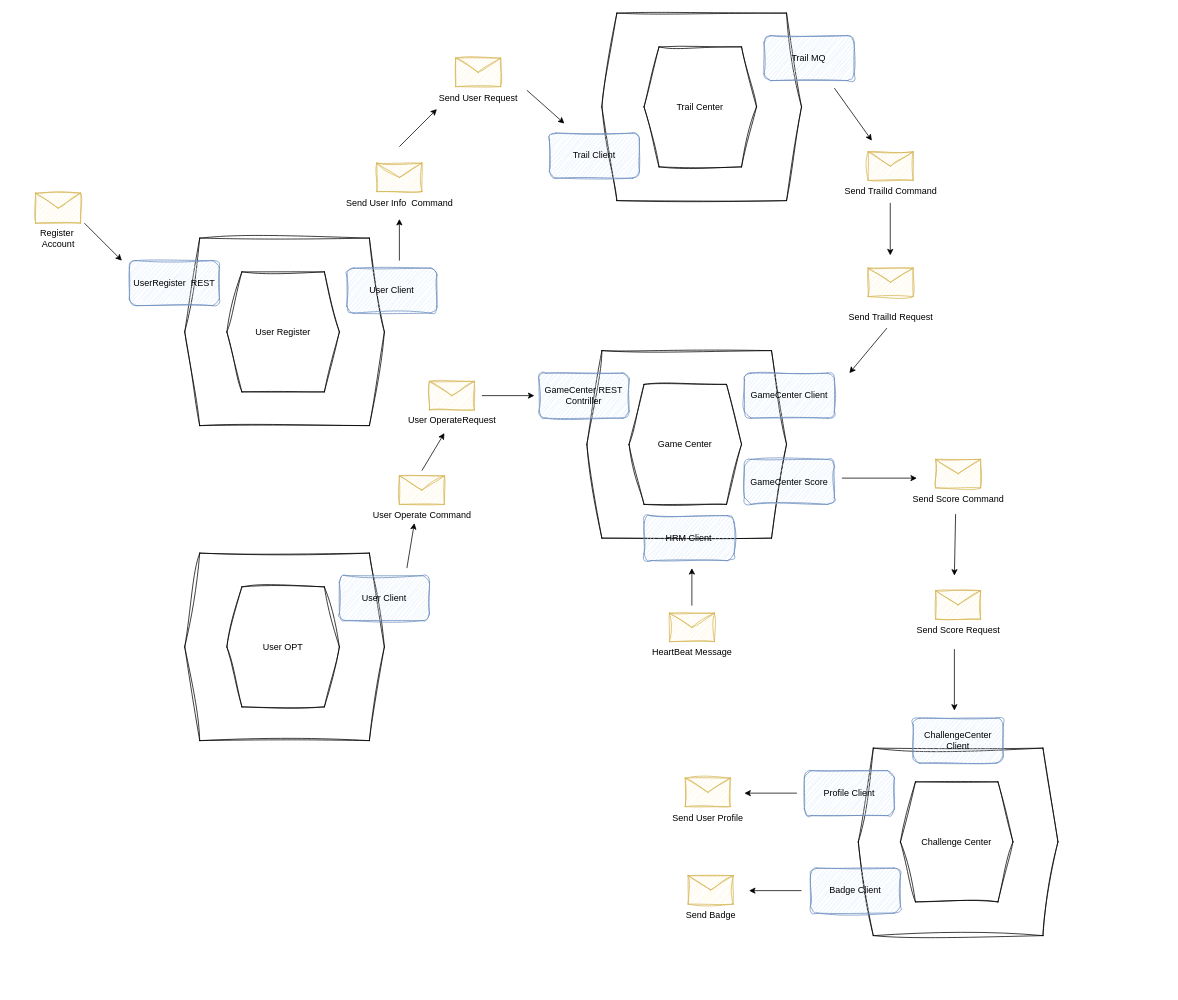
Above: page "第 3 页" (3 of 3) of 735.drawio in CAS735-F23/macrun-yi_xiaoran_xue (draw.io), before the change. Source tidied: cells renumbered, new cells numbered last; positions are measured from the earlier drawing's top-left corner, leaving out a move shared by most shapes. Both pictures are drawn from the tidied source at 75%, with x=0, y=0 at pixel (32, 13).
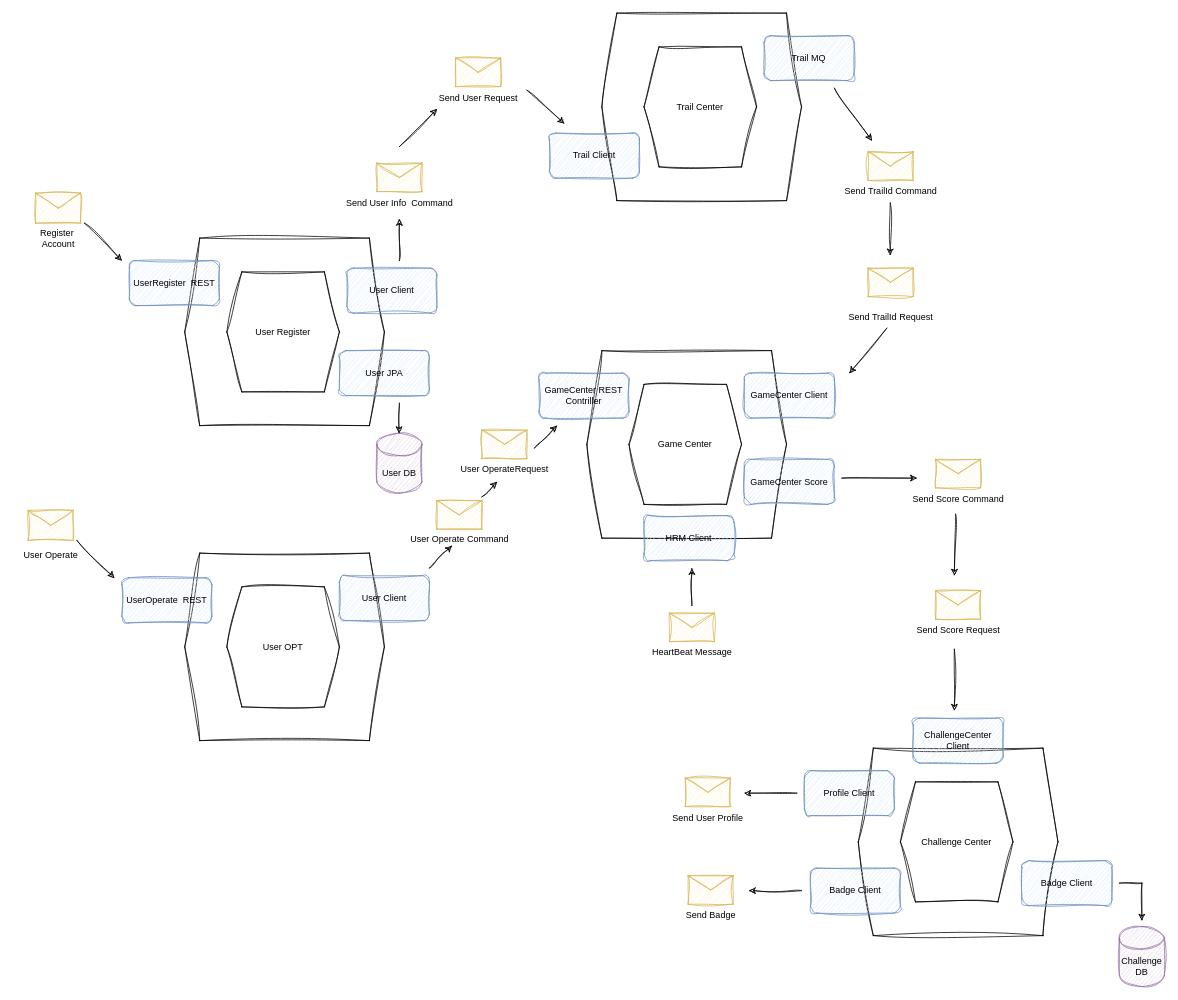
After the change.

Change to the diagram source:
```diff
@@
-    <mxCell id="8" value="Register&amp;nbsp;&lt;br&gt;Account" style="text;html=1;align=center;verticalAlign=middle;strokeColor=none;fillColor=none;" parent="1" vertex="1">
+    <mxCell id="8" value="Register&amp;nbsp;&lt;br&gt;Account" style="text;html=1;align=center;verticalAlign=middle;strokeColor=none;fillColor=none;sketch=1;curveFitting=1;jiggle=2;" parent="1" vertex="1">
       <mxGeometry y="280" width="70" height="40" as="geometry" />
     </mxCell>
-    <mxCell id="9" style="endArrow=classic;html=1;rounded=0;" parent="1" edge="1">
+    <mxCell id="9" style="endArrow=classic;html=1;rounded=0;sketch=1;curveFitting=1;jiggle=2;" parent="1" edge="1">
       <mxGeometry relative="1" as="geometry">
         <mxPoint x="70" y="280" as="sourcePoint" />
         <mxPoint x="120" y="330" as="targetPoint" />
       </mxGeometry>
     </mxCell>
@@
-    <mxCell id="12" value="Send User Info&amp;nbsp; Command" style="text;html=1;align=center;verticalAlign=middle;points=[];strokeColor=none;fillColor=none;" parent="1" vertex="1">
+    <mxCell id="12" value="Send User Info&amp;nbsp; Command" style="text;html=1;align=center;verticalAlign=middle;points=[];strokeColor=none;fillColor=none;sketch=1;curveFitting=1;jiggle=2;" parent="1" vertex="1">
       <mxGeometry x="405" y="238" width="170" height="30" as="geometry" />
     </mxCell>
-    <mxCell id="13" style="endArrow=classic;html=1;rounded=0;entryX=0.5;entryY=1.217;entryDx=0;entryDy=0;entryPerimeter=0;" parent="1" edge="1" target="12">
+    <mxCell id="13" style="endArrow=classic;html=1;rounded=0;entryX=0.5;entryY=1.217;entryDx=0;entryDy=0;entryPerimeter=0;sketch=1;curveFitting=1;jiggle=2;" parent="1" edge="1" target="12">
       <mxGeometry relative="1" as="geometry">
         <mxPoint x="490" y="330" as="sourcePoint" />
       </mxGeometry>
     </mxCell>
@@
-    <mxCell id="15" value="Send User Request" style="text;html=1;align=center;verticalAlign=middle;strokeColor=none;fillColor=none;" parent="1" vertex="1">
+    <mxCell id="15" value="Send User Request" style="text;html=1;align=center;verticalAlign=middle;strokeColor=none;fillColor=none;sketch=1;curveFitting=1;jiggle=2;" parent="1" vertex="1">
       <mxGeometry x="530" y="98" width="130" height="30" as="geometry" />
     </mxCell>
@@
-    <mxCell id="17" style="endArrow=classic;html=1;rounded=0;" parent="1" edge="1">
+    <mxCell id="17" style="endArrow=classic;html=1;rounded=0;sketch=1;curveFitting=1;jiggle=2;" parent="1" edge="1">
       <mxGeometry relative="1" as="geometry">
         <mxPoint x="490" y="178" as="sourcePoint" />
         <mxPoint x="540" y="128" as="targetPoint" />
       </mxGeometry>
     </mxCell>
-    <mxCell id="18" style="endArrow=classic;html=1;rounded=0;exitX=1;exitY=-0.083;exitDx=0;exitDy=0;exitPerimeter=0;" parent="1" edge="1">
+    <mxCell id="18" style="endArrow=classic;html=1;rounded=0;exitX=1;exitY=-0.083;exitDx=0;exitDy=0;exitPerimeter=0;sketch=1;curveFitting=1;jiggle=2;" parent="1" edge="1">
       <mxGeometry relative="1" as="geometry">
         <mxPoint x="660" y="102.8" as="sourcePoint" />
         <mxPoint x="710" y="147.2" as="targetPoint" />
       </mxGeometry>
     </mxCell>
@@
-    <mxCell id="23" value="Send TrailId Request" style="text;html=1;align=center;verticalAlign=middle;strokeColor=none;fillColor=none;" parent="1" vertex="1">
+    <mxCell id="23" value="Send TrailId Request" style="text;html=1;align=center;verticalAlign=middle;strokeColor=none;fillColor=none;sketch=1;curveFitting=1;jiggle=2;" parent="1" vertex="1">
       <mxGeometry x="1075" y="390" width="140" height="30" as="geometry" />
     </mxCell>
@@
-    <mxCell id="25" value="Send TrailId Command" style="text;html=1;align=center;verticalAlign=middle;strokeColor=none;fillColor=none;" parent="1" vertex="1">
+    <mxCell id="25" value="Send TrailId Command" style="text;html=1;align=center;verticalAlign=middle;strokeColor=none;fillColor=none;sketch=1;curveFitting=1;jiggle=2;" parent="1" vertex="1">
       <mxGeometry x="1070" y="223" width="150" height="30" as="geometry" />
     </mxCell>
-    <mxCell id="26" style="endArrow=classic;html=1;rounded=0;" parent="1" edge="1">
+    <mxCell id="26" style="endArrow=classic;html=1;rounded=0;sketch=1;curveFitting=1;jiggle=2;" parent="1" edge="1">
       <mxGeometry relative="1" as="geometry">
         <mxPoint x="1070" y="100" as="sourcePoint" />
         <mxPoint x="1120" y="170" as="targetPoint" />
       </mxGeometry>
     </mxCell>
-    <mxCell id="27" style="endArrow=classic;html=1;rounded=0;" parent="1" edge="1">
+    <mxCell id="27" style="endArrow=classic;html=1;rounded=0;sketch=1;curveFitting=1;jiggle=2;" parent="1" edge="1">
       <mxGeometry relative="1" as="geometry">
         <mxPoint x="1144.5" y="253" as="sourcePoint" />
         <mxPoint x="1144.5" y="323" as="targetPoint" />
       </mxGeometry>
     </mxCell>
@@
-    <mxCell id="29" style="endArrow=classic;html=1;rounded=0;" parent="1" edge="1">
+    <mxCell id="29" style="endArrow=classic;html=1;rounded=0;sketch=1;curveFitting=1;jiggle=2;" parent="1" edge="1">
       <mxGeometry relative="1" as="geometry">
         <mxPoint x="1140" y="420" as="sourcePoint" />
         <mxPoint x="1090" y="480" as="targetPoint" />
       </mxGeometry>
     </mxCell>
@@
-    <mxCell id="34" value="Send Score Command" style="text;html=1;align=center;verticalAlign=middle;points=[];strokeColor=none;fillColor=none;" parent="1" vertex="1">
+    <mxCell id="34" value="Send Score Command" style="text;html=1;align=center;verticalAlign=middle;points=[];strokeColor=none;fillColor=none;sketch=1;curveFitting=1;jiggle=2;" parent="1" vertex="1">
       <mxGeometry x="1165" y="633" width="140" height="30" as="geometry" />
     </mxCell>
@@
-    <mxCell id="36" value="Send Score Request" style="text;html=1;align=center;verticalAlign=middle;strokeColor=none;fillColor=none;" parent="1" vertex="1">
+    <mxCell id="36" value="Send Score Request" style="text;html=1;align=center;verticalAlign=middle;strokeColor=none;fillColor=none;sketch=1;curveFitting=1;jiggle=2;" parent="1" vertex="1">
       <mxGeometry x="1170" y="808" width="130" height="30" as="geometry" />
     </mxCell>
-    <mxCell id="37" style="endArrow=classic;html=1;rounded=0;" parent="1" edge="1">
+    <mxCell id="37" style="endArrow=classic;html=1;rounded=0;sketch=1;curveFitting=1;jiggle=2;" parent="1" edge="1">
       <mxGeometry relative="1" as="geometry">
         <mxPoint x="1080" y="620" as="sourcePoint" />
         <mxPoint x="1180" y="620" as="targetPoint" />
       </mxGeometry>
     </mxCell>
-    <mxCell id="38" style="endArrow=classic;html=1;rounded=0;exitX=0.476;exitY=1.167;exitDx=0;exitDy=0;exitPerimeter=0;" parent="1" edge="1" source="34">
+    <mxCell id="38" style="endArrow=classic;html=1;rounded=0;exitX=0.476;exitY=1.167;exitDx=0;exitDy=0;exitPerimeter=0;sketch=1;curveFitting=1;jiggle=2;" parent="1" edge="1" source="34">
       <mxGeometry relative="1" as="geometry">
         <mxPoint x="1230" y="750" as="targetPoint" />
       </mxGeometry>
     </mxCell>
-    <mxCell id="39" style="endArrow=classic;html=1;rounded=0;" parent="1" edge="1">
+    <mxCell id="39" style="endArrow=classic;html=1;rounded=0;sketch=1;curveFitting=1;jiggle=2;" parent="1" edge="1">
       <mxGeometry relative="1" as="geometry">
         <mxPoint x="1230" y="848" as="sourcePoint" />
         <mxPoint x="1230" y="930" as="targetPoint" />
       </mxGeometry>
     </mxCell>
@@
-    <mxCell id="44" value="Send User Profile" style="text;html=1;align=center;verticalAlign=middle;strokeColor=none;fillColor=none;" parent="1" vertex="1">
+    <mxCell id="44" value="Send User Profile" style="text;html=1;align=center;verticalAlign=middle;strokeColor=none;fillColor=none;sketch=1;curveFitting=1;jiggle=2;" parent="1" vertex="1">
       <mxGeometry x="841.2" y="1058" width="120" height="30" as="geometry" />
     </mxCell>
-    <mxCell id="45" style="endArrow=classic;html=1;rounded=0;" parent="1" edge="1">
+    <mxCell id="45" style="endArrow=classic;html=1;rounded=0;sketch=1;curveFitting=1;jiggle=2;" parent="1" edge="1">
       <mxGeometry relative="1" as="geometry">
         <mxPoint x="1020" y="1040" as="sourcePoint" />
         <mxPoint x="950" y="1040" as="targetPoint" />
       </mxGeometry>
     </mxCell>
@@
-    <mxCell id="47" value="Send Badge" style="text;html=1;align=center;verticalAlign=middle;strokeColor=none;fillColor=none;" parent="1" vertex="1">
+    <mxCell id="47" value="Send Badge" style="text;html=1;align=center;verticalAlign=middle;strokeColor=none;fillColor=none;sketch=1;curveFitting=1;jiggle=2;" parent="1" vertex="1">
       <mxGeometry x="860" y="1188" width="90" height="30" as="geometry" />
     </mxCell>
-    <mxCell id="48" style="endArrow=classic;html=1;rounded=0;" parent="1" edge="1">
+    <mxCell id="48" style="endArrow=classic;html=1;rounded=0;sketch=1;curveFitting=1;jiggle=2;" parent="1" edge="1">
       <mxGeometry relative="1" as="geometry">
         <mxPoint x="1026.2" y="1170" as="sourcePoint" />
         <mxPoint x="956.2" y="1170" as="targetPoint" />
       </mxGeometry>
     </mxCell>
@@
     <mxCell id="53" value="User Operate Command" style="shape=message;html=1;html=1;labelPosition=center;verticalLabelPosition=bottom;align=center;verticalAlign=top;sketch=1;curveFitting=1;jiggle=2;fillColor=#fff2cc;strokeColor=#d6b656;" parent="1" vertex="1">
-      <mxGeometry x="490" y="617" width="60" height="38" as="geometry" />
+      <mxGeometry x="540" y="650" width="60" height="38" as="geometry" />
     </mxCell>
     <mxCell id="54" value="User OperateRequest" style="shape=message;html=1;html=1;labelPosition=center;verticalLabelPosition=bottom;align=center;verticalAlign=top;sketch=1;curveFitting=1;jiggle=2;fillColor=#fff2cc;strokeColor=#d6b656;" parent="1" vertex="1">
-      <mxGeometry x="530" y="491" width="60" height="38" as="geometry" />
+      <mxGeometry x="600" y="556" width="60" height="38" as="geometry" />
     </mxCell>
-    <mxCell id="55" style="endArrow=classic;html=1;rounded=0;" parent="1" edge="1">
+    <mxCell id="55" style="endArrow=classic;html=1;rounded=0;sketch=1;curveFitting=1;jiggle=2;" parent="1" edge="1">
       <mxGeometry relative="1" as="geometry">
-        <mxPoint x="500" y="740" as="sourcePoint" />
-        <mxPoint x="510" y="680" as="targetPoint" />
+        <mxPoint x="530" y="740" as="sourcePoint" />
+        <mxPoint x="560" y="710" as="targetPoint" />
       </mxGeometry>
     </mxCell>
-    <mxCell id="56" style="endArrow=classic;html=1;rounded=0;" parent="1" edge="1">
+    <mxCell id="56" style="endArrow=classic;html=1;rounded=0;sketch=1;curveFitting=1;jiggle=2;" parent="1" edge="1">
       <mxGeometry relative="1" as="geometry">
-        <mxPoint x="520" y="610" as="sourcePoint" />
-        <mxPoint x="550" y="560" as="targetPoint" />
+        <mxPoint x="600" y="645" as="sourcePoint" />
+        <mxPoint x="620" y="625" as="targetPoint" />
       </mxGeometry>
     </mxCell>
-    <mxCell id="57" style="endArrow=classic;html=1;rounded=0;" parent="1" edge="1">
+    <mxCell id="57" style="endArrow=classic;html=1;rounded=0;sketch=1;curveFitting=1;jiggle=2;" parent="1" edge="1">
       <mxGeometry relative="1" as="geometry">
-        <mxPoint x="600" y="510" as="sourcePoint" />
-        <mxPoint x="670" y="510" as="targetPoint" />
+        <mxPoint x="670" y="580" as="sourcePoint" />
+        <mxPoint x="700" y="550" as="targetPoint" />
       </mxGeometry>
     </mxCell>
@@
-    <mxCell id="60" style="endArrow=classic;html=1;rounded=0;" parent="1" edge="1">
+    <mxCell id="60" style="endArrow=classic;html=1;rounded=0;sketch=1;curveFitting=1;jiggle=2;" parent="1" edge="1">
       <mxGeometry relative="1" as="geometry">
         <mxPoint x="880" y="790" as="sourcePoint" />
         <mxPoint x="880" y="740" as="targetPoint" />
       </mxGeometry>
     </mxCell>
+    <mxCell id="61" value="User JPA" style="rounded=1;whiteSpace=wrap;html=1;fillColor=#dae8fc;sketch=1;curveFitting=1;jiggle=2;strokeColor=#6c8ebf;" parent="1" vertex="1">
+      <mxGeometry x="410" y="450" width="120" height="60" as="geometry" />
+    </mxCell>
+    <mxCell id="62" value="User DB" style="shape=cylinder3;whiteSpace=wrap;html=1;boundedLbl=1;backgroundOutline=1;size=15;fillColor=#e1d5e7;strokeColor=#9673a6;fillStyle=hatch;sketch=1;curveFitting=1;jiggle=2;" parent="1" vertex="1">
+      <mxGeometry x="460" y="560" width="60" height="80" as="geometry" />
+    </mxCell>
+    <mxCell id="63" style="endArrow=classic;html=1;rounded=0;sketch=1;curveFitting=1;jiggle=2;" parent="1" edge="1">
+      <mxGeometry relative="1" as="geometry">
+        <mxPoint x="490" y="520" as="sourcePoint" />
+        <mxPoint x="489.5" y="560" as="targetPoint" />
+      </mxGeometry>
+    </mxCell>
+    <mxCell id="64" value="Badge Client" style="rounded=1;whiteSpace=wrap;html=1;fillColor=#dae8fc;sketch=1;curveFitting=1;jiggle=2;strokeColor=#6c8ebf;" parent="1" vertex="1">
+      <mxGeometry x="1320" y="1130" width="120" height="60" as="geometry" />
+    </mxCell>
+    <mxCell id="65" value="Challenge DB" style="shape=cylinder3;whiteSpace=wrap;html=1;boundedLbl=1;backgroundOutline=1;size=15;fillColor=#e1d5e7;strokeColor=#9673a6;fillStyle=hatch;sketch=1;curveFitting=1;jiggle=2;" parent="1" vertex="1">
+      <mxGeometry x="1450" y="1218" width="60" height="80" as="geometry" />
+    </mxCell>
+    <mxCell id="66" style="endArrow=classic;html=1;rounded=0;sketch=1;curveFitting=1;jiggle=2;" parent="1" edge="1">
+      <mxGeometry relative="1" as="geometry">
+        <mxPoint x="1450" y="1160" as="sourcePoint" />
+        <mxPoint x="1480" y="1210" as="targetPoint" />
+        <Array as="points">
+          <mxPoint x="1480" y="1160" />
+        </Array>
+      </mxGeometry>
+    </mxCell>
+    <mxCell id="67" value="UserOperate&amp;nbsp; REST" style="rounded=1;whiteSpace=wrap;html=1;fillColor=#dae8fc;sketch=1;curveFitting=1;jiggle=2;strokeColor=#6c8ebf;" parent="1" vertex="1">
+      <mxGeometry x="120" y="753" width="120" height="60" as="geometry" />
+    </mxCell>
+    <mxCell id="68" style="shape=message;html=1;html=1;labelPosition=center;verticalLabelPosition=bottom;align=center;verticalAlign=top;sketch=1;curveFitting=1;jiggle=2;fillColor=#fff2cc;strokeColor=#d6b656;" parent="1" vertex="1">
+      <mxGeometry x="-5" y="663" width="60" height="40" as="geometry" />
+    </mxCell>
+    <mxCell id="69" value="User Operate" style="text;html=1;align=center;verticalAlign=middle;strokeColor=none;fillColor=none;sketch=1;curveFitting=1;jiggle=2;" parent="1" vertex="1">
+      <mxGeometry x="-25" y="708" width="100" height="30" as="geometry" />
+    </mxCell>
+    <mxCell id="70" style="endArrow=classic;html=1;rounded=0;sketch=1;curveFitting=1;jiggle=2;" parent="1" edge="1">
+      <mxGeometry relative="1" as="geometry">
+        <mxPoint x="60" y="703" as="sourcePoint" />
+        <mxPoint x="110" y="753" as="targetPoint" />
+      </mxGeometry>
+    </mxCell>
```
